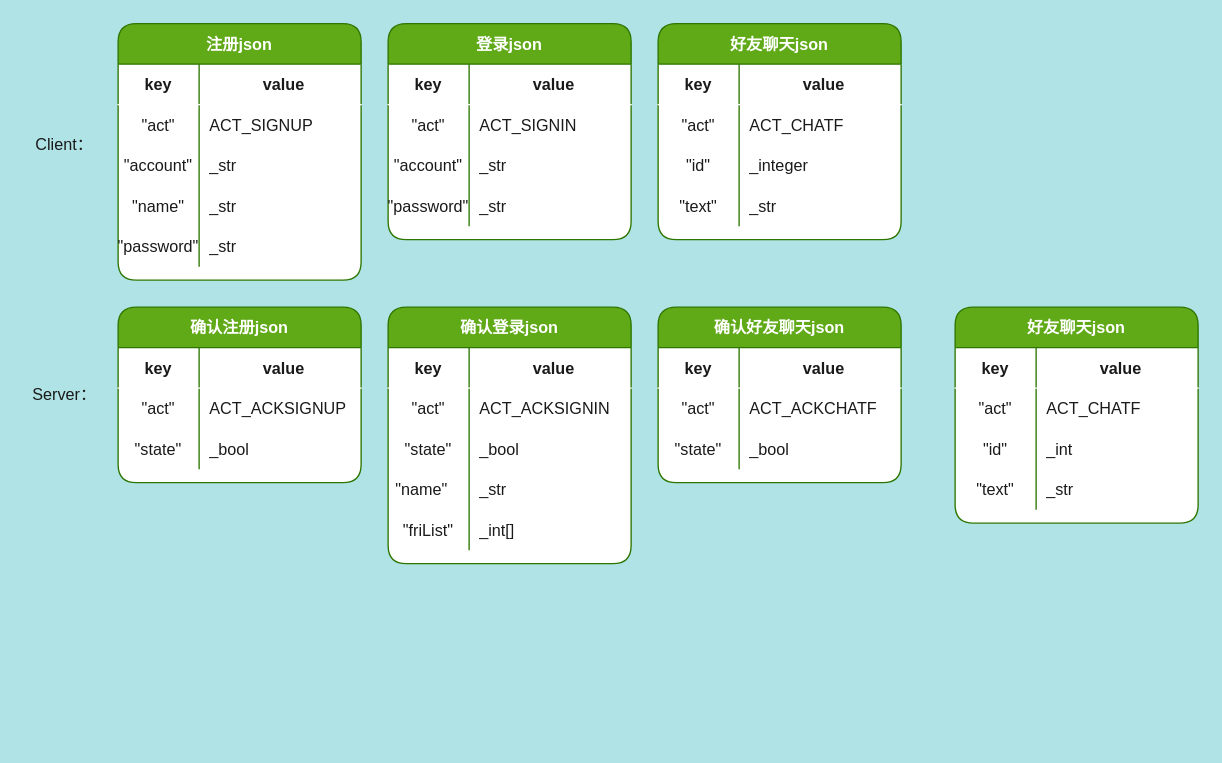
leo-zhang-git/Gchatpro-file keeps this draw.io diagram as json约定.drawio. Above is the earlier version. Source tidied: cells renumbered, new cells numbered last; positions are measured from the earlier drawing's top-left corner, leaving out a move shared by most shapes. Both pictures are drawn from the tidied source at 135%, with x=0, y=0 at pixel (23, 23).
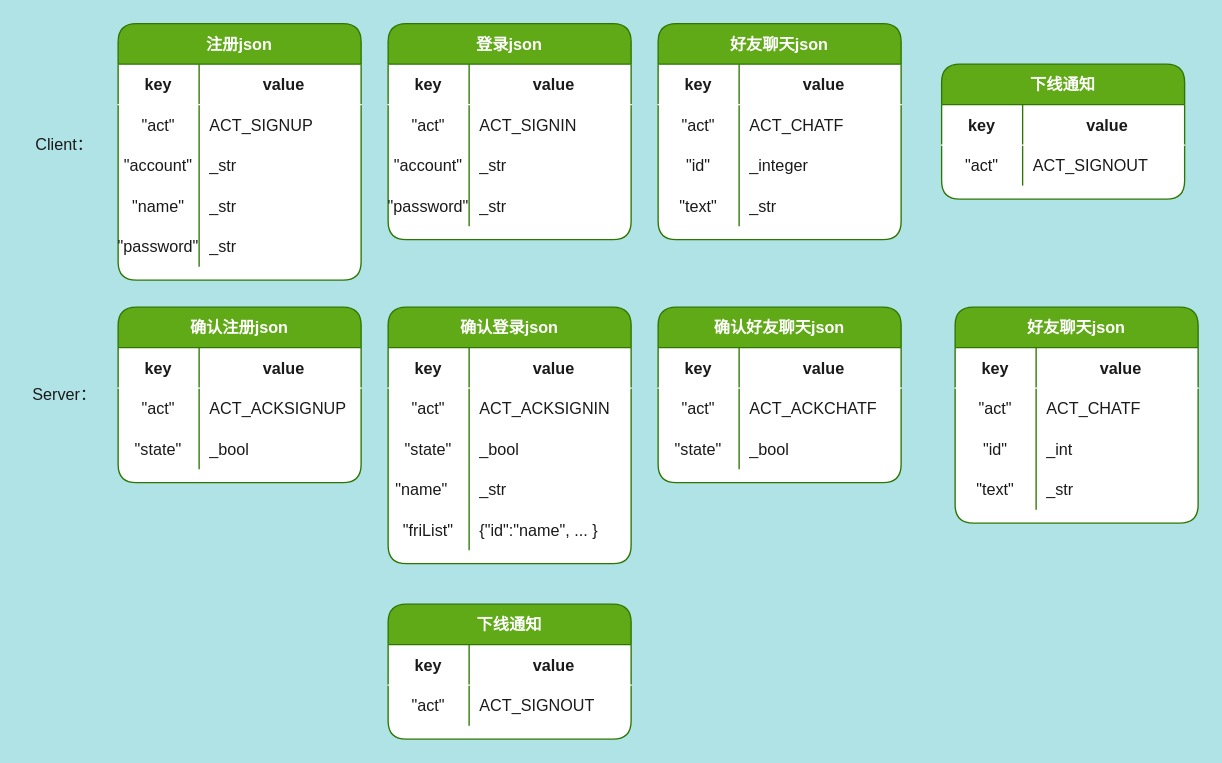
The same diagram, later.

Commit message (it also covers changes not shown here):
add act sign out

The change refers to these unchanged cells:
```xml
<mxCell id="69" style="shape=tableRow;horizontal=0;startSize=0;swimlaneHead=0;swimlaneBody=0;fillColor=none;top=0;left=0;right=0;bottom=0;rounded=1;shadow=0;fontColor=#1A1A1A;strokeColor=#FFFFFF;" parent="56" vertex="1">
  <mxGeometry y="150" width="180" height="30" as="geometry" />
</mxCell>
```

The edit, as a diff of the source:
```diff
@@
-    <mxCell id="71" value="_int[]" style="shape=partialRectangle;fillColor=none;top=0;left=0;bottom=0;right=0;align=left;spacingLeft=6;overflow=hidden;rounded=1;shadow=0;fontColor=#1A1A1A;strokeColor=#FFFFFF;" parent="69" vertex="1">
+    <mxCell id="71" value="{&quot;id&quot;:&quot;name&quot;, ... }" style="shape=partialRectangle;fillColor=none;top=0;left=0;bottom=0;right=0;align=left;spacingLeft=6;overflow=hidden;rounded=1;shadow=0;fontColor=#1A1A1A;strokeColor=#FFFFFF;" parent="69" vertex="1">
       <mxGeometry x="60" width="120" height="30" as="geometry" />
     </mxCell>
@@
+    <mxCell id="95" value="下线通知" style="shape=table;startSize=30;childLayout=tableLayout;rowLines=0;fontStyle=1;align=center;rounded=1;shadow=0;fillColor=#60a917;strokeColor=#2D7600;fontColor=#ffffff;flipH=1;flipV=0;swimlaneFillColor=default;" parent="1" vertex="1">
+      <mxGeometry x="270" y="430" width="180" height="100" as="geometry" />
+    </mxCell>
+    <mxCell id="96" style="shape=tableRow;horizontal=0;startSize=0;swimlaneHead=0;swimlaneBody=0;fillColor=none;top=0;left=0;right=0;bottom=1;rounded=1;shadow=0;fontColor=#1A1A1A;strokeColor=#FFFFFF;" parent="95" vertex="1">
+      <mxGeometry y="30" width="180" height="30" as="geometry" />
+    </mxCell>
+    <mxCell id="97" value="key" style="shape=partialRectangle;fillColor=none;top=0;left=0;bottom=0;right=0;fontStyle=1;overflow=hidden;rounded=1;shadow=0;fontColor=#1A1A1A;strokeColor=#FFFFFF;" parent="96" vertex="1">
+      <mxGeometry width="60" height="30" as="geometry" />
+    </mxCell>
+    <mxCell id="98" value="value" style="shape=partialRectangle;fillColor=none;top=0;left=0;bottom=0;right=0;align=center;spacingLeft=6;fontStyle=1;overflow=hidden;rounded=1;shadow=0;fontColor=#1A1A1A;strokeColor=#66FF66;verticalAlign=middle;" parent="96" vertex="1">
+      <mxGeometry x="60" width="120" height="30" as="geometry" />
+    </mxCell>
+    <mxCell id="99" style="shape=tableRow;horizontal=0;startSize=0;swimlaneHead=0;swimlaneBody=0;fillColor=none;top=0;left=0;right=0;bottom=0;rounded=1;shadow=0;fontColor=#1A1A1A;strokeColor=#FFFFFF;" parent="95" vertex="1">
+      <mxGeometry y="60" width="180" height="30" as="geometry" />
+    </mxCell>
+    <mxCell id="100" value="&quot;act&quot;" style="shape=partialRectangle;fillColor=none;top=0;left=0;bottom=0;right=0;overflow=hidden;rounded=1;shadow=0;fontColor=#1A1A1A;strokeColor=#FFFFFF;" parent="99" vertex="1">
+      <mxGeometry width="60" height="30" as="geometry" />
+    </mxCell>
+    <mxCell id="101" value="ACT_SIGNOUT" style="shape=partialRectangle;fillColor=none;top=0;left=0;bottom=0;right=0;align=left;spacingLeft=6;overflow=hidden;rounded=1;shadow=0;fontColor=#1A1A1A;strokeColor=#FFFFFF;" parent="99" vertex="1">
+      <mxGeometry x="60" width="120" height="30" as="geometry" />
+    </mxCell>
+    <mxCell id="102" value="下线通知" style="shape=table;startSize=30;childLayout=tableLayout;rowLines=0;fontStyle=1;align=center;rounded=1;shadow=0;fillColor=#60a917;strokeColor=#2D7600;fontColor=#ffffff;flipH=1;flipV=0;swimlaneFillColor=default;" parent="1" vertex="1">
+      <mxGeometry x="680" y="30" width="180" height="100" as="geometry" />
+    </mxCell>
+    <mxCell id="103" style="shape=tableRow;horizontal=0;startSize=0;swimlaneHead=0;swimlaneBody=0;fillColor=none;top=0;left=0;right=0;bottom=1;rounded=1;shadow=0;fontColor=#1A1A1A;strokeColor=#FFFFFF;" parent="102" vertex="1">
+      <mxGeometry y="30" width="180" height="30" as="geometry" />
+    </mxCell>
+    <mxCell id="104" value="key" style="shape=partialRectangle;fillColor=none;top=0;left=0;bottom=0;right=0;fontStyle=1;overflow=hidden;rounded=1;shadow=0;fontColor=#1A1A1A;strokeColor=#FFFFFF;" parent="103" vertex="1">
+      <mxGeometry width="60" height="30" as="geometry" />
+    </mxCell>
+    <mxCell id="105" value="value" style="shape=partialRectangle;fillColor=none;top=0;left=0;bottom=0;right=0;align=center;spacingLeft=6;fontStyle=1;overflow=hidden;rounded=1;shadow=0;fontColor=#1A1A1A;strokeColor=#66FF66;verticalAlign=middle;" parent="103" vertex="1">
+      <mxGeometry x="60" width="120" height="30" as="geometry" />
+    </mxCell>
+    <mxCell id="106" style="shape=tableRow;horizontal=0;startSize=0;swimlaneHead=0;swimlaneBody=0;fillColor=none;top=0;left=0;right=0;bottom=0;rounded=1;shadow=0;fontColor=#1A1A1A;strokeColor=#FFFFFF;" parent="102" vertex="1">
+      <mxGeometry y="60" width="180" height="30" as="geometry" />
+    </mxCell>
+    <mxCell id="107" value="&quot;act&quot;" style="shape=partialRectangle;fillColor=none;top=0;left=0;bottom=0;right=0;overflow=hidden;rounded=1;shadow=0;fontColor=#1A1A1A;strokeColor=#FFFFFF;" parent="106" vertex="1">
+      <mxGeometry width="60" height="30" as="geometry" />
+    </mxCell>
+    <mxCell id="108" value="ACT_SIGNOUT" style="shape=partialRectangle;fillColor=none;top=0;left=0;bottom=0;right=0;align=left;spacingLeft=6;overflow=hidden;rounded=1;shadow=0;fontColor=#1A1A1A;strokeColor=#FFFFFF;" parent="106" vertex="1">
+      <mxGeometry x="60" width="120" height="30" as="geometry" />
+    </mxCell>
```
